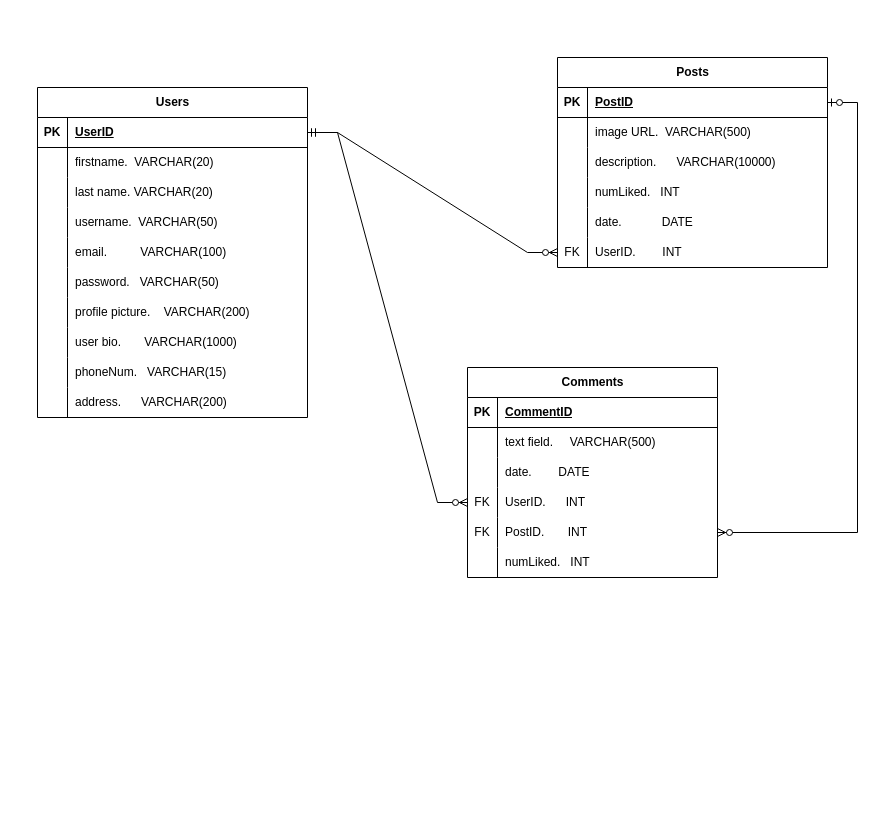
Above: Untitled Diagram.drawio in ambermhh/Capstone-project (draw.io), before the change. Source tidied: cells renumbered, new cells numbered last; positions are measured from the earlier drawing's top-left corner, leaving out a move shared by most shapes. Both pictures are drawn from the tidied source at 100%, with x=0, y=0 at pixel (37, 57).
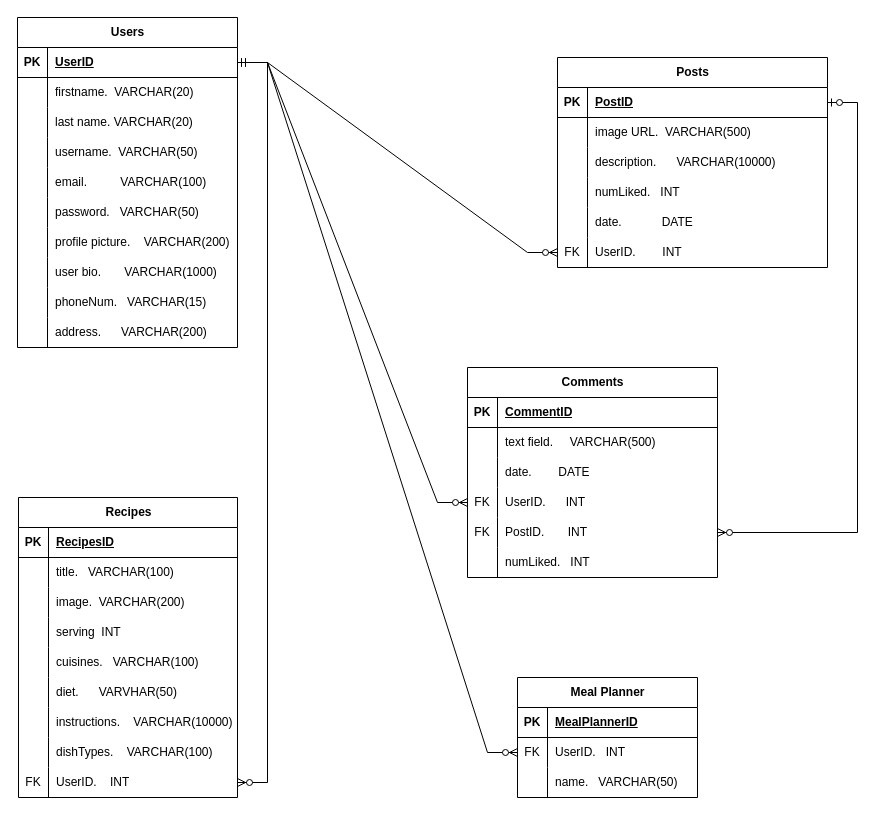
Above is the later version.

Diff of the diagram source:
```diff
@@
     <mxCell id="2" value="Users" style="shape=table;startSize=30;childLayout=tableLayout;rowLines=0;fontStyle=1;align=center;html=1;" parent="1" vertex="1">
-      <mxGeometry y="30" width="270" height="330" as="geometry" />
+      <mxGeometry x="-20" y="-40" width="220" height="330" as="geometry" />
     </mxCell>
     <mxCell id="3" style="shape=tableRow;horizontal=0;startSize=0;swimlaneHead=0;swimlaneBody=0;fillColor=none;points=[[0,0.5],[1,0.5]];portConstraint=eastwest;top=0;left=0;right=0;bottom=1;" parent="2" vertex="1">
-      <mxGeometry y="30" width="270" height="30" as="geometry" />
+      <mxGeometry y="30" width="220" height="30" as="geometry" />
     </mxCell>
@@
     <mxCell id="5" value="UserID" style="shape=partialRectangle;fillColor=none;top=0;left=0;bottom=0;right=0;align=left;spacingLeft=6;fontStyle=5;overflow=hidden;whiteSpace=wrap;html=1;" parent="3" vertex="1">
-      <mxGeometry x="30" width="240" height="30" as="geometry" />
+      <mxGeometry x="30" width="190" height="30" as="geometry" />
     </mxCell>
     <mxCell id="6" style="shape=tableRow;horizontal=0;startSize=0;swimlaneHead=0;swimlaneBody=0;fillColor=none;top=0;left=0;right=0;bottom=0;" parent="2" vertex="1">
-      <mxGeometry y="60" width="270" height="30" as="geometry" />
+      <mxGeometry y="60" width="220" height="30" as="geometry" />
     </mxCell>
@@
     <mxCell id="8" value="firstname.&amp;nbsp; VARCHAR(20)" style="shape=partialRectangle;fillColor=none;top=0;left=0;bottom=0;right=0;align=left;spacingLeft=6;overflow=hidden;whiteSpace=wrap;html=1;" parent="6" vertex="1">
-      <mxGeometry x="30" width="240" height="30" as="geometry" />
+      <mxGeometry x="30" width="190" height="30" as="geometry" />
     </mxCell>
     <mxCell id="9" style="shape=tableRow;horizontal=0;startSize=0;swimlaneHead=0;swimlaneBody=0;fillColor=none;top=0;left=0;right=0;bottom=0;" parent="2" vertex="1">
-      <mxGeometry y="90" width="270" height="30" as="geometry" />
+      <mxGeometry y="90" width="220" height="30" as="geometry" />
     </mxCell>
@@
     <mxCell id="11" value="last name. VARCHAR(20)" style="shape=partialRectangle;fillColor=none;top=0;left=0;bottom=0;right=0;align=left;spacingLeft=6;overflow=hidden;whiteSpace=wrap;html=1;" parent="9" vertex="1">
-      <mxGeometry x="30" width="240" height="30" as="geometry" />
+      <mxGeometry x="30" width="190" height="30" as="geometry" />
     </mxCell>
     <mxCell id="12" style="shape=tableRow;horizontal=0;startSize=0;swimlaneHead=0;swimlaneBody=0;fillColor=none;top=0;left=0;right=0;bottom=0;" parent="2" vertex="1">
-      <mxGeometry y="120" width="270" height="30" as="geometry" />
+      <mxGeometry y="120" width="220" height="30" as="geometry" />
     </mxCell>
@@
     <mxCell id="14" value="username.&amp;nbsp; VARCHAR(50)" style="shape=partialRectangle;fillColor=none;top=0;left=0;bottom=0;right=0;align=left;spacingLeft=6;overflow=hidden;whiteSpace=wrap;html=1;" parent="12" vertex="1">
-      <mxGeometry x="30" width="240" height="30" as="geometry" />
+      <mxGeometry x="30" width="190" height="30" as="geometry" />
     </mxCell>
     <mxCell id="15" style="shape=tableRow;horizontal=0;startSize=0;swimlaneHead=0;swimlaneBody=0;fillColor=none;top=0;left=0;right=0;bottom=0;" parent="2" vertex="1">
-      <mxGeometry y="150" width="270" height="30" as="geometry" />
+      <mxGeometry y="150" width="220" height="30" as="geometry" />
     </mxCell>
@@
     <mxCell id="17" value="email.&amp;nbsp; &amp;nbsp; &amp;nbsp; &amp;nbsp; &amp;nbsp; VARCHAR(100)" style="shape=partialRectangle;fillColor=none;top=0;left=0;bottom=0;right=0;align=left;spacingLeft=6;overflow=hidden;whiteSpace=wrap;html=1;" parent="15" vertex="1">
-      <mxGeometry x="30" width="240" height="30" as="geometry" />
+      <mxGeometry x="30" width="190" height="30" as="geometry" />
     </mxCell>
     <mxCell id="18" style="shape=tableRow;horizontal=0;startSize=0;swimlaneHead=0;swimlaneBody=0;fillColor=none;top=0;left=0;right=0;bottom=0;" parent="2" vertex="1">
-      <mxGeometry y="180" width="270" height="30" as="geometry" />
+      <mxGeometry y="180" width="220" height="30" as="geometry" />
     </mxCell>
@@
     <mxCell id="20" value="password.&amp;nbsp; &amp;nbsp;VARCHAR(50)" style="shape=partialRectangle;fillColor=none;top=0;left=0;bottom=0;right=0;align=left;spacingLeft=6;overflow=hidden;whiteSpace=wrap;html=1;" parent="18" vertex="1">
-      <mxGeometry x="30" width="240" height="30" as="geometry" />
+      <mxGeometry x="30" width="190" height="30" as="geometry" />
     </mxCell>
     <mxCell id="21" style="shape=tableRow;horizontal=0;startSize=0;swimlaneHead=0;swimlaneBody=0;fillColor=none;top=0;left=0;right=0;bottom=0;" parent="2" vertex="1">
-      <mxGeometry y="210" width="270" height="30" as="geometry" />
+      <mxGeometry y="210" width="220" height="30" as="geometry" />
     </mxCell>
@@
     <mxCell id="23" value="profile picture.&amp;nbsp; &amp;nbsp; VARCHAR(200)" style="shape=partialRectangle;fillColor=none;top=0;left=0;bottom=0;right=0;align=left;spacingLeft=6;overflow=hidden;whiteSpace=wrap;html=1;" parent="21" vertex="1">
-      <mxGeometry x="30" width="240" height="30" as="geometry" />
+      <mxGeometry x="30" width="190" height="30" as="geometry" />
     </mxCell>
     <mxCell id="24" style="shape=tableRow;horizontal=0;startSize=0;swimlaneHead=0;swimlaneBody=0;fillColor=none;top=0;left=0;right=0;bottom=0;" parent="2" vertex="1">
-      <mxGeometry y="240" width="270" height="30" as="geometry" />
+      <mxGeometry y="240" width="220" height="30" as="geometry" />
     </mxCell>
@@
     <mxCell id="26" value="user bio.&amp;nbsp; &amp;nbsp; &amp;nbsp; &amp;nbsp;VARCHAR(1000)" style="shape=partialRectangle;fillColor=none;top=0;left=0;bottom=0;right=0;align=left;spacingLeft=6;overflow=hidden;whiteSpace=wrap;html=1;" parent="24" vertex="1">
-      <mxGeometry x="30" width="240" height="30" as="geometry" />
+      <mxGeometry x="30" width="190" height="30" as="geometry" />
     </mxCell>
     <mxCell id="27" style="shape=tableRow;horizontal=0;startSize=0;swimlaneHead=0;swimlaneBody=0;fillColor=none;top=0;left=0;right=0;bottom=0;" parent="2" vertex="1">
-      <mxGeometry y="270" width="270" height="30" as="geometry" />
+      <mxGeometry y="270" width="220" height="30" as="geometry" />
     </mxCell>
@@
     <mxCell id="29" value="phoneNum.&amp;nbsp; &amp;nbsp;VARCHAR(15)" style="shape=partialRectangle;fillColor=none;top=0;left=0;bottom=0;right=0;align=left;spacingLeft=6;overflow=hidden;whiteSpace=wrap;html=1;" parent="27" vertex="1">
-      <mxGeometry x="30" width="240" height="30" as="geometry" />
+      <mxGeometry x="30" width="190" height="30" as="geometry" />
     </mxCell>
     <mxCell id="30" style="shape=tableRow;horizontal=0;startSize=0;swimlaneHead=0;swimlaneBody=0;fillColor=none;top=0;left=0;right=0;bottom=0;" parent="2" vertex="1">
-      <mxGeometry y="300" width="270" height="30" as="geometry" />
+      <mxGeometry y="300" width="220" height="30" as="geometry" />
     </mxCell>
@@
     <mxCell id="32" value="address.&amp;nbsp; &amp;nbsp; &amp;nbsp; VARCHAR(200)" style="shape=partialRectangle;fillColor=none;top=0;left=0;bottom=0;right=0;align=left;spacingLeft=6;overflow=hidden;whiteSpace=wrap;html=1;" parent="30" vertex="1">
-      <mxGeometry x="30" width="240" height="30" as="geometry" />
+      <mxGeometry x="30" width="190" height="30" as="geometry" />
     </mxCell>
@@
+    <mxCell id="74" value="Recipes" style="shape=table;startSize=30;childLayout=tableLayout;rowLines=0;fontStyle=1;align=center;html=1;" parent="1" vertex="1">
+      <mxGeometry x="-19" y="440" width="219" height="300" as="geometry" />
+    </mxCell>
+    <mxCell id="75" style="shape=tableRow;horizontal=0;startSize=0;swimlaneHead=0;swimlaneBody=0;fillColor=none;top=0;left=0;right=0;bottom=1;" parent="74" vertex="1">
+      <mxGeometry y="30" width="219" height="30" as="geometry" />
+    </mxCell>
+    <mxCell id="76" value="PK" style="shape=partialRectangle;fillColor=none;top=0;left=0;bottom=0;right=0;fontStyle=1;overflow=hidden;whiteSpace=wrap;html=1;" parent="75" vertex="1">
+      <mxGeometry width="30" height="30" as="geometry" />
+    </mxCell>
+    <mxCell id="77" value="RecipesID" style="shape=partialRectangle;fillColor=none;top=0;left=0;bottom=0;right=0;align=left;spacingLeft=6;fontStyle=5;overflow=hidden;whiteSpace=wrap;html=1;" parent="75" vertex="1">
+      <mxGeometry x="30" width="189" height="30" as="geometry" />
+    </mxCell>
+    <mxCell id="78" style="shape=tableRow;horizontal=0;startSize=0;swimlaneHead=0;swimlaneBody=0;fillColor=none;top=0;left=0;right=0;bottom=0;" parent="74" vertex="1">
+      <mxGeometry y="60" width="219" height="30" as="geometry" />
+    </mxCell>
+    <mxCell id="79" style="shape=partialRectangle;fillColor=none;top=0;left=0;bottom=0;right=0;overflow=hidden;whiteSpace=wrap;html=1;" parent="78" vertex="1">
+      <mxGeometry width="30" height="30" as="geometry" />
+    </mxCell>
+    <mxCell id="80" value="title.&amp;nbsp; &amp;nbsp;VARCHAR(100)" style="shape=partialRectangle;fillColor=none;top=0;left=0;bottom=0;right=0;align=left;spacingLeft=6;overflow=hidden;whiteSpace=wrap;html=1;" parent="78" vertex="1">
+      <mxGeometry x="30" width="189" height="30" as="geometry" />
+    </mxCell>
+    <mxCell id="81" style="shape=tableRow;horizontal=0;startSize=0;swimlaneHead=0;swimlaneBody=0;fillColor=none;top=0;left=0;right=0;bottom=0;" parent="74" vertex="1">
+      <mxGeometry y="90" width="219" height="30" as="geometry" />
+    </mxCell>
+    <mxCell id="82" style="shape=partialRectangle;fillColor=none;top=0;left=0;bottom=0;right=0;overflow=hidden;whiteSpace=wrap;html=1;" parent="81" vertex="1">
+      <mxGeometry width="30" height="30" as="geometry" />
+    </mxCell>
+    <mxCell id="83" value="image.&amp;nbsp; VARCHAR(200)" style="shape=partialRectangle;fillColor=none;top=0;left=0;bottom=0;right=0;align=left;spacingLeft=6;overflow=hidden;whiteSpace=wrap;html=1;" parent="81" vertex="1">
+      <mxGeometry x="30" width="189" height="30" as="geometry" />
+    </mxCell>
+    <mxCell id="84" style="shape=tableRow;horizontal=0;startSize=0;swimlaneHead=0;swimlaneBody=0;fillColor=none;top=0;left=0;right=0;bottom=0;" parent="74" vertex="1">
+      <mxGeometry y="120" width="219" height="30" as="geometry" />
+    </mxCell>
+    <mxCell id="85" style="shape=partialRectangle;fillColor=none;top=0;left=0;bottom=0;right=0;overflow=hidden;whiteSpace=wrap;html=1;" parent="84" vertex="1">
+      <mxGeometry width="30" height="30" as="geometry" />
+    </mxCell>
+    <mxCell id="86" value="serving&amp;nbsp; INT" style="shape=partialRectangle;fillColor=none;top=0;left=0;bottom=0;right=0;align=left;spacingLeft=6;overflow=hidden;whiteSpace=wrap;html=1;" parent="84" vertex="1">
+      <mxGeometry x="30" width="189" height="30" as="geometry" />
+    </mxCell>
+    <mxCell id="87" style="shape=tableRow;horizontal=0;startSize=0;swimlaneHead=0;swimlaneBody=0;fillColor=none;top=0;left=0;right=0;bottom=0;" parent="74" vertex="1">
+      <mxGeometry y="150" width="219" height="30" as="geometry" />
+    </mxCell>
+    <mxCell id="88" style="shape=partialRectangle;fillColor=none;top=0;left=0;bottom=0;right=0;overflow=hidden;whiteSpace=wrap;html=1;" parent="87" vertex="1">
+      <mxGeometry width="30" height="30" as="geometry" />
+    </mxCell>
+    <mxCell id="89" value="cuisines.&amp;nbsp; &amp;nbsp;VARCHAR(100)" style="shape=partialRectangle;fillColor=none;top=0;left=0;bottom=0;right=0;align=left;spacingLeft=6;overflow=hidden;whiteSpace=wrap;html=1;" parent="87" vertex="1">
+      <mxGeometry x="30" width="189" height="30" as="geometry" />
+    </mxCell>
+    <mxCell id="90" style="shape=tableRow;horizontal=0;startSize=0;swimlaneHead=0;swimlaneBody=0;fillColor=none;top=0;left=0;right=0;bottom=0;" parent="74" vertex="1">
+      <mxGeometry y="180" width="219" height="30" as="geometry" />
+    </mxCell>
+    <mxCell id="91" style="shape=partialRectangle;fillColor=none;top=0;left=0;bottom=0;right=0;overflow=hidden;whiteSpace=wrap;html=1;" parent="90" vertex="1">
+      <mxGeometry width="30" height="30" as="geometry" />
+    </mxCell>
+    <mxCell id="92" value="diet.&amp;nbsp; &amp;nbsp; &amp;nbsp; VARVHAR(50)" style="shape=partialRectangle;fillColor=none;top=0;left=0;bottom=0;right=0;align=left;spacingLeft=6;overflow=hidden;whiteSpace=wrap;html=1;" parent="90" vertex="1">
+      <mxGeometry x="30" width="189" height="30" as="geometry" />
+    </mxCell>
+    <mxCell id="93" style="shape=tableRow;horizontal=0;startSize=0;swimlaneHead=0;swimlaneBody=0;fillColor=none;top=0;left=0;right=0;bottom=0;" parent="74" vertex="1">
+      <mxGeometry y="210" width="219" height="30" as="geometry" />
+    </mxCell>
+    <mxCell id="94" style="shape=partialRectangle;fillColor=none;top=0;left=0;bottom=0;right=0;overflow=hidden;whiteSpace=wrap;html=1;" parent="93" vertex="1">
+      <mxGeometry width="30" height="30" as="geometry" />
+    </mxCell>
+    <mxCell id="95" value="instructions.&amp;nbsp; &amp;nbsp; VARCHAR(10000)" style="shape=partialRectangle;fillColor=none;top=0;left=0;bottom=0;right=0;align=left;spacingLeft=6;overflow=hidden;whiteSpace=wrap;html=1;" parent="93" vertex="1">
+      <mxGeometry x="30" width="189" height="30" as="geometry" />
+    </mxCell>
+    <mxCell id="96" style="shape=tableRow;horizontal=0;startSize=0;swimlaneHead=0;swimlaneBody=0;fillColor=none;top=0;left=0;right=0;bottom=0;" parent="74" vertex="1">
+      <mxGeometry y="240" width="219" height="30" as="geometry" />
+    </mxCell>
+    <mxCell id="97" style="shape=partialRectangle;fillColor=none;top=0;left=0;bottom=0;right=0;overflow=hidden;whiteSpace=wrap;html=1;" parent="96" vertex="1">
+      <mxGeometry width="30" height="30" as="geometry" />
+    </mxCell>
+    <mxCell id="98" value="dishTypes.&amp;nbsp; &amp;nbsp; VARCHAR(100)" style="shape=partialRectangle;fillColor=none;top=0;left=0;bottom=0;right=0;align=left;spacingLeft=6;overflow=hidden;whiteSpace=wrap;html=1;" parent="96" vertex="1">
+      <mxGeometry x="30" width="189" height="30" as="geometry" />
+    </mxCell>
+    <mxCell id="99" style="shape=tableRow;horizontal=0;startSize=0;swimlaneHead=0;swimlaneBody=0;fillColor=none;points=[[0,0.5],[1,0.5]];portConstraint=eastwest;top=0;left=0;right=0;bottom=0;" parent="74" vertex="1">
+      <mxGeometry y="270" width="219" height="30" as="geometry" />
+    </mxCell>
+    <mxCell id="100" value="FK" style="shape=partialRectangle;fillColor=none;top=0;left=0;bottom=0;right=0;overflow=hidden;whiteSpace=wrap;html=1;" parent="99" vertex="1">
+      <mxGeometry width="30" height="30" as="geometry" />
+    </mxCell>
+    <mxCell id="101" value="UserID.&amp;nbsp; &amp;nbsp; INT" style="shape=partialRectangle;fillColor=none;top=0;left=0;bottom=0;right=0;align=left;spacingLeft=6;overflow=hidden;whiteSpace=wrap;html=1;" parent="99" vertex="1">
+      <mxGeometry x="30" width="189" height="30" as="geometry" />
+    </mxCell>
+    <mxCell id="102" value="Meal Planner" style="shape=table;startSize=30;childLayout=tableLayout;rowLines=0;fontStyle=1;align=center;html=1;" parent="1" vertex="1">
+      <mxGeometry x="480" y="620" width="180" height="120" as="geometry" />
+    </mxCell>
+    <mxCell id="103" style="shape=tableRow;horizontal=0;startSize=0;swimlaneHead=0;swimlaneBody=0;fillColor=none;top=0;left=0;right=0;bottom=1;" parent="102" vertex="1">
+      <mxGeometry y="30" width="180" height="30" as="geometry" />
+    </mxCell>
+    <mxCell id="104" value="PK" style="shape=partialRectangle;fillColor=none;top=0;left=0;bottom=0;right=0;fontStyle=1;overflow=hidden;whiteSpace=wrap;html=1;" parent="103" vertex="1">
+      <mxGeometry width="30" height="30" as="geometry" />
+    </mxCell>
+    <mxCell id="105" value="MealPlannerID" style="shape=partialRectangle;fillColor=none;top=0;left=0;bottom=0;right=0;align=left;spacingLeft=6;fontStyle=5;overflow=hidden;whiteSpace=wrap;html=1;" parent="103" vertex="1">
+      <mxGeometry x="30" width="150" height="30" as="geometry" />
+    </mxCell>
+    <mxCell id="106" style="shape=tableRow;horizontal=0;startSize=0;swimlaneHead=0;swimlaneBody=0;fillColor=none;points=[[0,0.5],[1,0.5]];portConstraint=eastwest;top=0;left=0;right=0;bottom=0;" parent="102" vertex="1">
+      <mxGeometry y="60" width="180" height="30" as="geometry" />
+    </mxCell>
+    <mxCell id="107" value="FK" style="shape=partialRectangle;fillColor=none;top=0;left=0;bottom=0;right=0;overflow=hidden;whiteSpace=wrap;html=1;" parent="106" vertex="1">
+      <mxGeometry width="30" height="30" as="geometry" />
+    </mxCell>
+    <mxCell id="108" value="UserID.&amp;nbsp; &amp;nbsp;INT" style="shape=partialRectangle;fillColor=none;top=0;left=0;bottom=0;right=0;align=left;spacingLeft=6;overflow=hidden;whiteSpace=wrap;html=1;" parent="106" vertex="1">
+      <mxGeometry x="30" width="150" height="30" as="geometry" />
+    </mxCell>
+    <mxCell id="109" style="shape=tableRow;horizontal=0;startSize=0;swimlaneHead=0;swimlaneBody=0;fillColor=none;top=0;left=0;right=0;bottom=0;" parent="102" vertex="1">
+      <mxGeometry y="90" width="180" height="30" as="geometry" />
+    </mxCell>
+    <mxCell id="110" style="shape=partialRectangle;fillColor=none;top=0;left=0;bottom=0;right=0;overflow=hidden;whiteSpace=wrap;html=1;" parent="109" vertex="1">
+      <mxGeometry width="30" height="30" as="geometry" />
+    </mxCell>
+    <mxCell id="111" value="name.&amp;nbsp; &amp;nbsp;VARCHAR(50)" style="shape=partialRectangle;fillColor=none;top=0;left=0;bottom=0;right=0;align=left;spacingLeft=6;overflow=hidden;whiteSpace=wrap;html=1;" parent="109" vertex="1">
+      <mxGeometry x="30" width="150" height="30" as="geometry" />
+    </mxCell>
+    <mxCell id="112" style="edgeStyle=entityRelationEdgeStyle;fontSize=12;html=1;endArrow=ERzeroToMany;startArrow=ERmandOne;rounded=0;entryX=0;entryY=0.5;entryDx=0;entryDy=0;exitX=1;exitY=0.5;exitDx=0;exitDy=0;" parent="1" edge="1" source="3" target="106">
+      <mxGeometry relative="1" as="geometry" />
+    </mxCell>
+    <mxCell id="113" style="edgeStyle=entityRelationEdgeStyle;fontSize=12;html=1;endArrow=ERzeroToMany;startArrow=ERmandOne;rounded=0;entryX=1;entryY=0.5;entryDx=0;entryDy=0;exitX=1;exitY=0.5;exitDx=0;exitDy=0;" parent="1" edge="1" source="3" target="99">
+      <mxGeometry relative="1" as="geometry" />
+    </mxCell>
```
